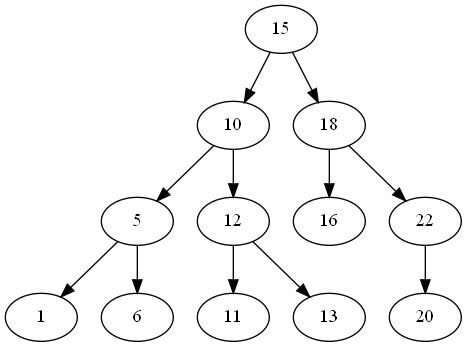
Earlier version of the Graphviz export lab_06_04/AVL.png (xanderkov/TASD). Its source is kept beside it as lab_06_04/out/AVL.gv.
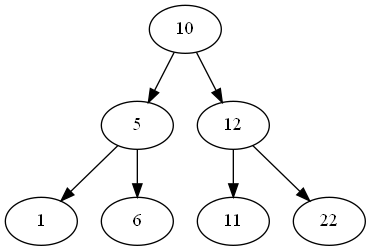
After the change.

What changed in the source:
```diff
@@ -1,13 +1,8 @@
 digraph AVL {
-15 -> 10;
-15 -> 18;
 10 -> 5;
 10 -> 12;
 5 -> 1;
 5 -> 6;
 12 -> 11;
-12 -> 13;
-18 -> 16;
-18 -> 22;
-22 -> 20;
+12 -> 22;
 }
```
